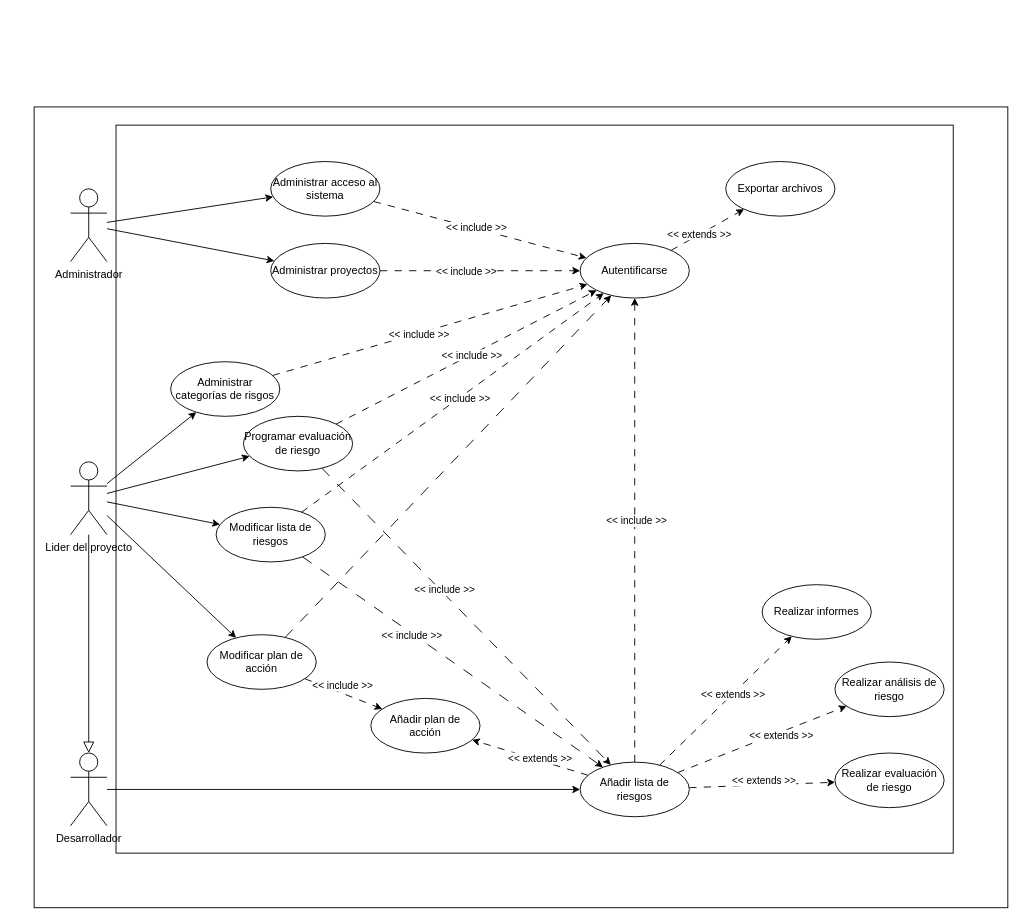
fxex/Vesta_Risk_Manager keeps this draw.io diagram as 2. Etapa de elaboración/Iteración 1/Especificación de requerimientos/Diagrama de CU.drawio. Above is the earlier version. Source tidied: cells renumbered, new cells numbered last; positions are measured from the earlier drawing's top-left corner, leaving out a move shared by most shapes. Both pictures are drawn from the tidied source at 91%, with x=0, y=0 at pixel (34, 106).
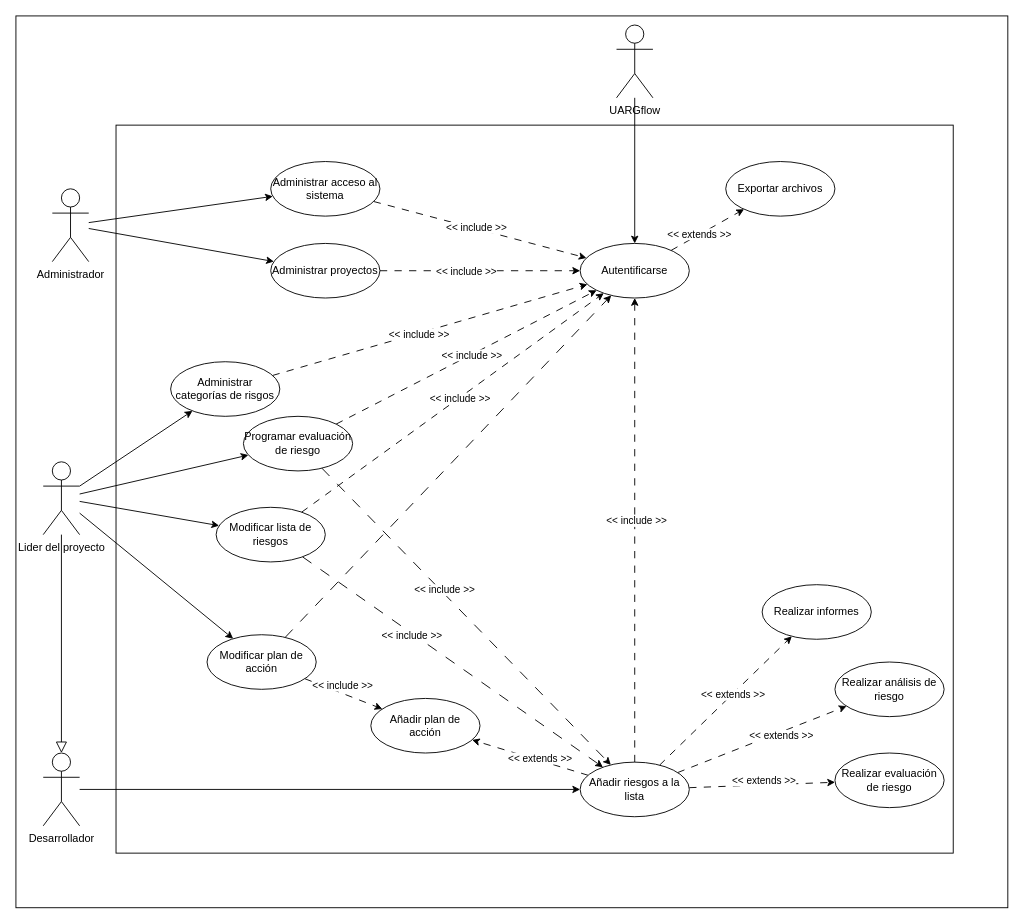
The same page after the edit.

Commit message (it also covers changes not shown here):
modifique SRS, nombre de CU y diagrama de CU

The change refers to these unchanged cells:
```xml
<mxCell id="43" value="Autentificarse" style="ellipse;whiteSpace=wrap;html=1;" parent="1" vertex="1">
  <mxGeometry x="600" y="150" width="120" height="60" as="geometry" />
</mxCell>
```

Diff of the diagram source:
```diff
@@
     <mxCell id="2" style="rounded=0;whiteSpace=wrap;html=1;" parent="1" vertex="1">
-      <mxGeometry width="1070" height="880" as="geometry" />
+      <mxGeometry x="-20" y="-100" width="1090" height="980" as="geometry" />
     </mxCell>
@@
     <mxCell id="6" value="Administrador" style="shape=umlActor;verticalLabelPosition=bottom;verticalAlign=top;html=1;outlineConnect=0;" parent="1" vertex="1">
-      <mxGeometry x="40" y="90" width="40" height="80" as="geometry" />
+      <mxGeometry x="20" y="90" width="40" height="80" as="geometry" />
     </mxCell>
@@
     <mxCell id="11" value="Lider del proyecto" style="shape=umlActor;verticalLabelPosition=bottom;verticalAlign=top;html=1;outlineConnect=0;" parent="1" vertex="1">
-      <mxGeometry x="40" y="390" width="40" height="80" as="geometry" />
+      <mxGeometry x="10" y="390" width="40" height="80" as="geometry" />
     </mxCell>
@@
     <mxCell id="14" value="Desarrollador" style="shape=umlActor;verticalLabelPosition=bottom;verticalAlign=top;html=1;outlineConnect=0;" parent="1" vertex="1">
-      <mxGeometry x="40" y="710" width="40" height="80" as="geometry" />
+      <mxGeometry x="10" y="710" width="40" height="80" as="geometry" />
     </mxCell>
@@
-    <mxCell id="29" value="Añadir lista de riesgos" style="ellipse;whiteSpace=wrap;html=1;" parent="1" vertex="1">
+    <mxCell id="29" value="Añadir riesgos a la lista" style="ellipse;whiteSpace=wrap;html=1;" parent="1" vertex="1">
       <mxGeometry x="600" y="720" width="120" height="60" as="geometry" />
     </mxCell>
@@
+    <mxCell id="57" style="rounded=0;jettySize=auto;html=1;" parent="1" edge="1" source="58" target="43">
+      <mxGeometry relative="1" as="geometry" />
+    </mxCell>
+    <mxCell id="58" value="UARGflow" style="shape=umlActor;verticalLabelPosition=bottom;verticalAlign=top;html=1;outlineConnect=0;" parent="1" vertex="1">
+      <mxGeometry x="640" y="-90" width="40" height="80" as="geometry" />
+    </mxCell>
```
